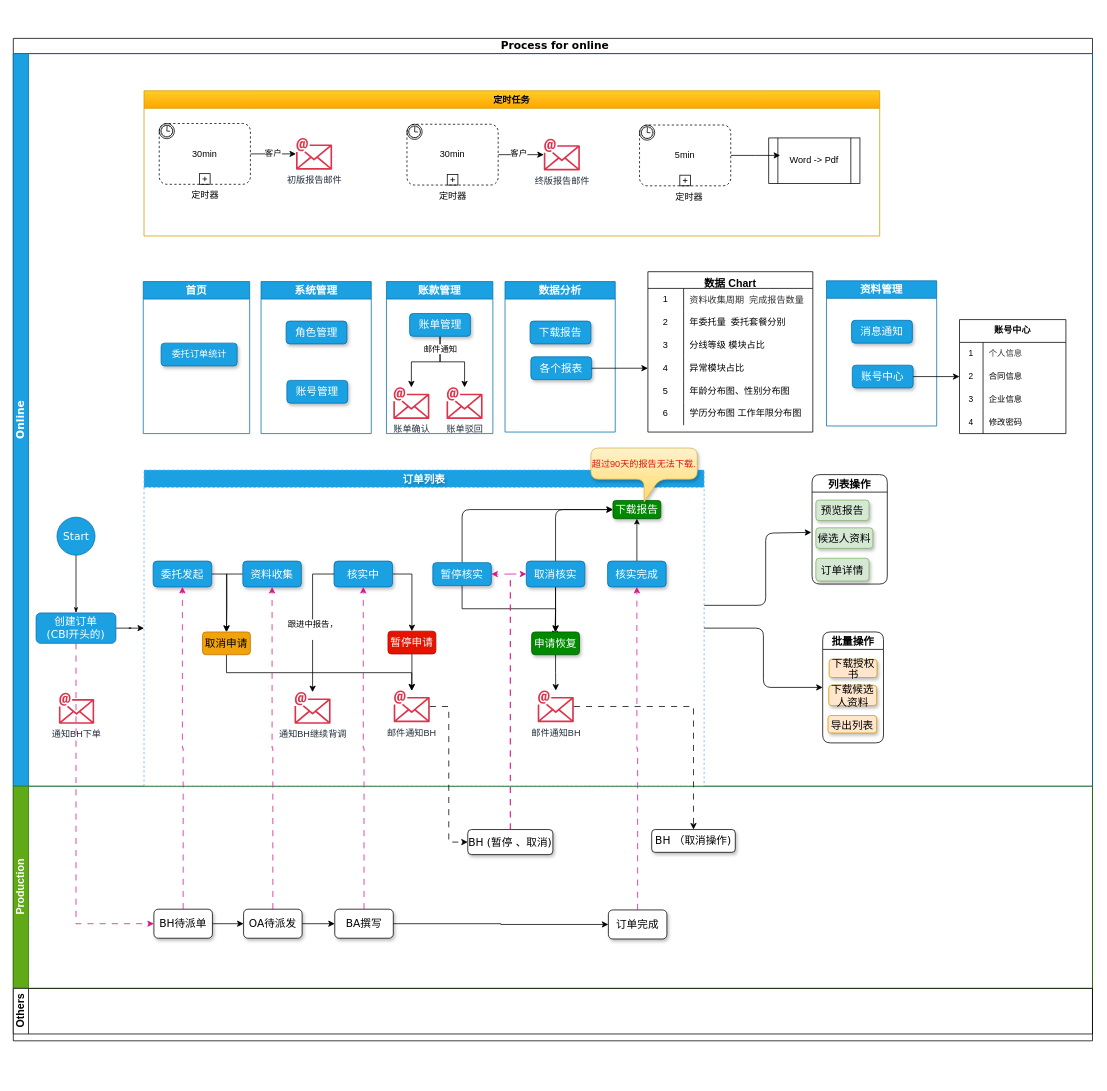
The draw.io diagram 3.drawio in romon-liangbo/draw, before the edit. Source tidied: cells renumbered, new cells numbered last; positions are measured from the earlier drawing's top-left corner, leaving out a move shared by most shapes. Both pictures are drawn from the tidied source at 76%, with x=0, y=0 at pixel (13, 38).
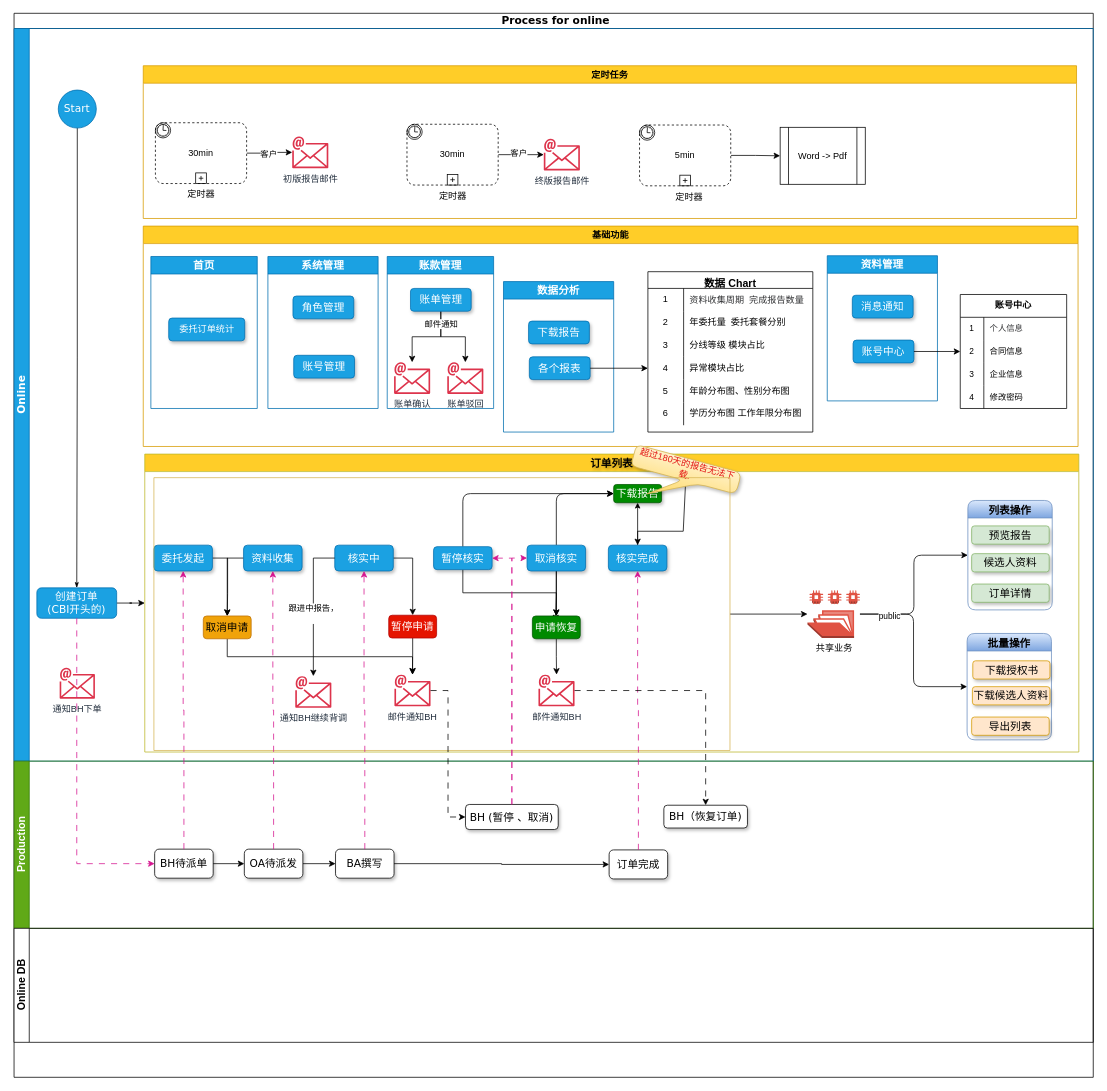
The same diagram, later.

Unchanged cells that the change refers to:
```xml
<mxCell id="3" value="&lt;font face=&quot;Verdana&quot; style=&quot;font-size: 14px;&quot;&gt;&lt;b style=&quot;font-size: 14px;&quot;&gt;Online&lt;/b&gt;&lt;/font&gt;" style="swimlane;html=1;startSize=20;horizontal=0;fontSize=14;fontStyle=0;fillColor=#1ba1e2;strokeColor=#006EAF;fontColor=#ffffff;fillStyle=auto;rounded=0;whiteSpace=wrap;" parent="2" vertex="1">
  <mxGeometry y="20" width="1420" height="964" as="geometry" />
</mxCell>
<mxCell id="58" value="核实完成" style="rounded=1;whiteSpace=wrap;html=1;shadow=1;labelBackgroundColor=none;strokeWidth=1;fontFamily=Verdana;fontSize=14;align=center;fillColor=#1ba1e2;fontColor=#ffffff;strokeColor=#006EAF;" parent="43" vertex="1">
  <mxGeometry x="610" y="119.8" width="77" height="34" as="geometry" />
</mxCell>
<mxCell id="133" value="5min" style="points=[[0.25,0,0],[0.5,0,0],[0.75,0,0],[1,0.25,0],[1,0.5,0],[1,0.75,0],[0.75,1,0],[0.5,1,0],[0.25,1,0],[0,0.75,0],[0,0.5,0],[0,0.25,0]];shape=mxgraph.bpmn.task;whiteSpace=wrap;rectStyle=rounded;size=10;html=1;taskMarker=abstract;bpmnShapeType=subprocess;isLoopSub=1;outline=eventInt;symbol=timer;" parent="1" vertex="1">
  <mxGeometry x="824" y="114" width="120" height="80" as="geometry" />
</mxCell>
```

Diff of the diagram source:
```diff
@@
-    <mxCell id="2" value="&amp;nbsp;Process for online" style="swimlane;html=1;horizontal=1;startSize=20;rounded=0;shadow=0;labelBackgroundColor=default;strokeWidth=1;fontFamily=Verdana;fontSize=14;align=center;arcSize=17;" parent="1" vertex="1">
-      <mxGeometry width="1420" height="1319" as="geometry" />
+    <mxCell id="2" value="&amp;nbsp;Process for online" style="swimlane;html=1;horizontal=1;startSize=20;rounded=0;shadow=0;labelBackgroundColor=default;strokeWidth=1;fontFamily=Verdana;fontSize=14;align=center;arcSize=17;swimlaneFillColor=none;" parent="1" vertex="1">
+      <mxGeometry x="1" y="-33" width="1420" height="1400" as="geometry" />
     </mxCell>
@@
-    <mxCell id="4" value="&lt;p style=&quot;line-height: 100%; font-size: 14px;&quot;&gt;列表操作&lt;/p&gt;" style="swimlane;whiteSpace=wrap;html=1;rounded=1;shadow=0;fontSize=14;" parent="3" vertex="1">
-      <mxGeometry x="1051" y="554" width="99" height="144" as="geometry" />
-    </mxCell>
-    <mxCell id="5" value="&lt;p style=&quot;line-height: 110%; font-size: 14px;&quot;&gt;预览报告&lt;/p&gt;" style="rounded=1;whiteSpace=wrap;html=1;shadow=1;labelBackgroundColor=none;strokeWidth=1;fontFamily=Verdana;fontSize=14;align=center;fillColor=#d5e8d4;strokeColor=#82b366;" parent="4" vertex="1">
-      <mxGeometry x="5" y="33.5" width="70" height="27" as="geometry" />
-    </mxCell>
-    <mxCell id="6" value="候选人资料" style="rounded=1;whiteSpace=wrap;html=1;shadow=1;labelBackgroundColor=none;strokeWidth=1;fontFamily=Verdana;fontSize=14;align=center;fillColor=#d5e8d4;strokeColor=#82b366;" parent="4" vertex="1">
-      <mxGeometry x="5" y="70" width="75" height="27" as="geometry" />
-    </mxCell>
-    <mxCell id="7" value="&lt;p style=&quot;line-height: 100%; font-size: 14px;&quot;&gt;订单详情&lt;/p&gt;" style="rounded=1;whiteSpace=wrap;html=1;shadow=1;labelBackgroundColor=none;strokeWidth=1;fontFamily=Verdana;fontSize=14;align=center;fillColor=#d5e8d4;strokeColor=#82b366;" parent="4" vertex="1">
-      <mxGeometry x="5" y="110" width="70" height="30" as="geometry" />
-    </mxCell>
+    <mxCell id="78" value="定时任务" style="swimlane;whiteSpace=wrap;html=1;fillColor=#ffcd28;strokeColor=#d79b00;gradientColor=none;swimlaneFillColor=default;" parent="3" vertex="1">
+      <mxGeometry x="170" y="49" width="1228" height="201" as="geometry" />
+    </mxCell>
+    <mxCell id="77" value="Word -&amp;gt; Pdf" style="shape=process;whiteSpace=wrap;html=1;backgroundOutline=1;" parent="78" vertex="1">
+      <mxGeometry x="838" y="81" width="112" height="75" as="geometry" />
+    </mxCell>
+    <mxCell id="135" value="基础功能" style="swimlane;whiteSpace=wrap;html=1;fillColor=#ffcd28;strokeColor=#d79b00;swimlaneFillColor=default;gradientColor=none;" parent="3" vertex="1">
+      <mxGeometry x="170" y="260" width="1230" height="290" as="geometry" />
+    </mxCell>
@@
     <mxCell id="9" value="&lt;font style=&quot;font-size: 14px;&quot;&gt;Start&lt;/font&gt;" style="ellipse;whiteSpace=wrap;html=1;rounded=0;shadow=0;labelBackgroundColor=none;strokeWidth=1;fontFamily=Verdana;fontSize=14;align=center;fillColor=#1ba1e2;fontColor=#ffffff;strokeColor=#006EAF;" parent="3" vertex="1">
-      <mxGeometry x="57.5" y="610" width="50" height="50" as="geometry" />
+      <mxGeometry x="58.2" y="81" width="50" height="50" as="geometry" />
     </mxCell>
@@
-    <mxCell id="12" style="edgeStyle=orthogonalEdgeStyle;rounded=1;jettySize=auto;html=1;curved=0;" parent="3" edge="1" source="43">
-      <mxGeometry relative="1" as="geometry">
-        <mxPoint x="1050" y="630" as="targetPoint" />
-        <Array as="points">
-          <mxPoint x="990" y="726" />
-          <mxPoint x="990" y="631" />
-        </Array>
-      </mxGeometry>
-    </mxCell>
     <mxCell id="13" value="系统管理" style="swimlane;whiteSpace=wrap;html=1;fontSize=14;direction=east;fillColor=#1ba1e2;fontColor=#ffffff;strokeColor=#006EAF;" parent="3" vertex="1">
-      <mxGeometry x="326" y="300" width="145" height="200" as="geometry" />
+      <mxGeometry x="334" y="300" width="145" height="200" as="geometry" />
     </mxCell>
@@
     <mxCell id="40" value="首页" style="swimlane;whiteSpace=wrap;html=1;startSize=23;fontSize=14;direction=east;fillColor=#1ba1e2;fontColor=#ffffff;strokeColor=#006EAF;" parent="3" vertex="1">
-      <mxGeometry x="171" y="300" width="140" height="200" as="geometry" />
+      <mxGeometry x="180" y="300" width="140" height="200" as="geometry" />
     </mxCell>
@@
+    <mxCell id="72" style="edgeStyle=orthogonalEdgeStyle;rounded=0;jettySize=auto;html=1;" parent="3" edge="1" source="74" target="75">
+      <mxGeometry relative="1" as="geometry" />
+    </mxCell>
+    <mxCell id="73" value="客户" style="edgeLabel;html=1;align=center;verticalAlign=middle;" parent="72" vertex="1">
+      <mxGeometry x="-0.03" y="2" relative="1" as="geometry" />
+    </mxCell>
+    <mxCell id="74" value="30min" style="points=[[0.25,0,0],[0.5,0,0],[0.75,0,0],[1,0.25,0],[1,0.5,0],[1,0.75,0],[0.75,1,0],[0.5,1,0],[0.25,1,0],[0,0.75,0],[0,0.5,0],[0,0.25,0]];shape=mxgraph.bpmn.task;whiteSpace=wrap;rectStyle=rounded;size=10;html=1;taskMarker=abstract;bpmnShapeType=subprocess;isLoopSub=1;outline=eventInt;symbol=timer;" parent="3" vertex="1">
+      <mxGeometry x="186" y="124" width="120" height="80" as="geometry" />
+    </mxCell>
+    <mxCell id="75" value="初版报告邮件" style="sketch=0;outlineConnect=0;fontColor=#232F3E;gradientColor=none;fillColor=#DD344C;strokeColor=none;dashed=0;verticalLabelPosition=bottom;verticalAlign=top;align=center;html=1;fontSize=12;fontStyle=0;shape=mxgraph.aws4.email;" parent="3" vertex="1">
+      <mxGeometry x="366" y="142" width="47.5" height="42" as="geometry" />
+    </mxCell>
+    <mxCell id="76" value="定时器" style="text;html=1;align=center;verticalAlign=middle;strokeColor=none;fillColor=none;" parent="3" vertex="1">
+      <mxGeometry x="216" y="203" width="60" height="30" as="geometry" />
+    </mxCell>
-    <mxCell id="43" value="订单列表" style="swimlane;whiteSpace=wrap;fillColor=#1ba1e2;strokeColor=#66B2FF;fontColor=#ffffff;labelBackgroundColor=none;textShadow=1;html=1;perimeterSpacing=0;fontSize=14;swimlaneFillColor=default;dashed=1;" parent="3" vertex="1">
-      <mxGeometry x="172" y="548" width="737" height="416" as="geometry" />
+    <mxCell id="43" value="订单列表" style="swimlane;whiteSpace=wrap;fillColor=#ffcd28;strokeColor=#bcb729;labelBackgroundColor=none;textShadow=1;html=1;perimeterSpacing=0;fontSize=14;swimlaneFillColor=default;gradientColor=none;" parent="3" vertex="1">
+      <mxGeometry x="172" y="560" width="1229" height="392" as="geometry" />
     </mxCell>
@@
+    <mxCell id="136" style="edgeStyle=orthogonalEdgeStyle;rounded=0;jettySize=auto;html=1;" parent="43" edge="1" source="71" target="58">
+      <mxGeometry relative="1" as="geometry" />
+    </mxCell>
-    <mxCell id="71" value="&lt;div&gt;&lt;span style=&quot;background-color: initial; font-family: T-ZjhdE6i0WzmJyN6e5a; color: rgb(226, 18, 18); text-align: justify;&quot;&gt;超过90天的报告无法下载.&lt;/span&gt;&lt;br&gt;&lt;/div&gt;" style="shape=callout;whiteSpace=wrap;html=1;perimeter=calloutPerimeter;fillColor=#fff2cc;gradientColor=#ffd966;strokeColor=#d6b656;rounded=1;shadow=1;" parent="3" vertex="1">
-      <mxGeometry x="760" y="519" width="140" height="71" as="geometry" />
+    <mxCell id="71" value="&lt;div&gt;&lt;span style=&quot;background-color: initial; font-family: T-ZjhdE6i0WzmJyN6e5a; color: rgb(226, 18, 18); text-align: justify;&quot;&gt;超过180天的报告无法下载.&lt;/span&gt;&lt;br&gt;&lt;/div&gt;" style="shape=callout;whiteSpace=wrap;html=1;perimeter=calloutPerimeter;fillColor=#fff2cc;gradientColor=#ffd966;strokeColor=#d6b656;rounded=1;shadow=1;rotation=15;position2=0.21;" parent="43" vertex="1">
+      <mxGeometry x="637" y="5" width="143" height="59" as="geometry" />
     </mxCell>
-    <mxCell id="72" style="edgeStyle=orthogonalEdgeStyle;rounded=0;jettySize=auto;html=1;" parent="3" edge="1" source="74" target="75">
-      <mxGeometry relative="1" as="geometry" />
-    </mxCell>
-    <mxCell id="73" value="客户" style="edgeLabel;html=1;align=center;verticalAlign=middle;" parent="72" vertex="1">
-      <mxGeometry x="-0.03" y="2" relative="1" as="geometry" />
-    </mxCell>
-    <mxCell id="74" value="30min" style="points=[[0.25,0,0],[0.5,0,0],[0.75,0,0],[1,0.25,0],[1,0.5,0],[1,0.75,0],[0.75,1,0],[0.5,1,0],[0.25,1,0],[0,0.75,0],[0,0.5,0],[0,0.25,0]];shape=mxgraph.bpmn.task;whiteSpace=wrap;rectStyle=rounded;size=10;html=1;taskMarker=abstract;bpmnShapeType=subprocess;isLoopSub=1;outline=eventInt;symbol=timer;" parent="3" vertex="1">
-      <mxGeometry x="192" y="92" width="120" height="80" as="geometry" />
-    </mxCell>
-    <mxCell id="75" value="初版报告邮件" style="sketch=0;outlineConnect=0;fontColor=#232F3E;gradientColor=none;fillColor=#DD344C;strokeColor=none;dashed=0;verticalLabelPosition=bottom;verticalAlign=top;align=center;html=1;fontSize=12;fontStyle=0;shape=mxgraph.aws4.email;" parent="3" vertex="1">
-      <mxGeometry x="372" y="111" width="47.5" height="42" as="geometry" />
-    </mxCell>
-    <mxCell id="76" value="定时器" style="text;html=1;align=center;verticalAlign=middle;strokeColor=none;fillColor=none;" parent="3" vertex="1">
-      <mxGeometry x="222" y="172" width="60" height="30" as="geometry" />
-    </mxCell>
-    <mxCell id="77" value="Word -&amp;gt; Pdf" style="shape=process;whiteSpace=wrap;html=1;backgroundOutline=1;" parent="3" vertex="1">
-      <mxGeometry x="994" y="111" width="120" height="60" as="geometry" />
-    </mxCell>
-    <mxCell id="78" value="定时任务" style="swimlane;whiteSpace=wrap;html=1;fillColor=#ffcd28;strokeColor=#d79b00;gradientColor=#ffa500;" parent="3" vertex="1">
-      <mxGeometry x="172" y="49" width="968" height="191" as="geometry" />
-    </mxCell>
+    <mxCell id="137" value="共享业务" style="outlineConnect=0;dashed=0;verticalLabelPosition=bottom;verticalAlign=top;align=center;html=1;shape=mxgraph.aws3.efs_share;fillColor=#E05243;gradientColor=none;" parent="43" vertex="1">
+      <mxGeometry x="872" y="179" width="69" height="63" as="geometry" />
+    </mxCell>
+    <mxCell id="138" style="edgeStyle=orthogonalEdgeStyle;rounded=0;jettySize=auto;html=1;" parent="43" edge="1" source="139" target="137">
+      <mxGeometry relative="1" as="geometry" />
+    </mxCell>
+    <mxCell id="139" style="swimlane;startSize=0;strokeColor=#d6b656;fillColor=#fff2cc;" parent="43" vertex="1">
+      <mxGeometry x="12" y="31" width="758" height="359" as="geometry" />
+    </mxCell>
     <mxCell id="79" value="&lt;font style=&quot;font-size: 14px;&quot;&gt;Production&lt;/font&gt;" style="swimlane;html=1;startSize=20;horizontal=0;fontSize=14;fillColor=#60a917;fontColor=#ffffff;strokeColor=#2D7600;" parent="2" vertex="1">
-      <mxGeometry y="984" width="1420" height="266" as="geometry" />
+      <mxGeometry y="984" width="1420" height="220" as="geometry" />
     </mxCell>
     <mxCell id="80" value="订单完成" style="rounded=1;whiteSpace=wrap;html=1;shadow=1;labelBackgroundColor=none;strokeWidth=1;fontFamily=Verdana;fontSize=14;align=center;" parent="79" vertex="1">
-      <mxGeometry x="783" y="162.8" width="77" height="38.2" as="geometry" />
+      <mxGeometry x="783" y="116.8" width="77" height="38.2" as="geometry" />
     </mxCell>
     <mxCell id="81" value="BH待派单" style="rounded=1;whiteSpace=wrap;html=1;shadow=1;labelBackgroundColor=none;strokeWidth=1;fontFamily=Verdana;fontSize=14;align=center;" parent="79" vertex="1">
-      <mxGeometry x="185" y="161.8" width="77" height="38.2" as="geometry" />
+      <mxGeometry x="185" y="115.8" width="77" height="38.2" as="geometry" />
     </mxCell>
     <mxCell id="82" value="BH (暂停 、取消)" style="rounded=1;whiteSpace=wrap;html=1;shadow=1;labelBackgroundColor=none;strokeWidth=1;fontFamily=Verdana;fontSize=14;align=center;" parent="79" vertex="1">
-      <mxGeometry x="598" y="57" width="112" height="33" as="geometry" />
+      <mxGeometry x="594" y="57" width="122" height="33" as="geometry" />
     </mxCell>
-    <mxCell id="83" value="BH （取消操作)" style="rounded=1;whiteSpace=wrap;html=1;shadow=1;labelBackgroundColor=none;strokeWidth=1;fontFamily=Verdana;fontSize=14;align=center;" parent="79" vertex="1">
-      <mxGeometry x="840" y="57" width="110" height="30" as="geometry" />
+    <mxCell id="83" value="BH（恢复订单)" style="rounded=1;whiteSpace=wrap;html=1;shadow=1;labelBackgroundColor=none;strokeWidth=1;fontFamily=Verdana;fontSize=14;align=center;" parent="79" vertex="1">
+      <mxGeometry x="855" y="58" width="110" height="30" as="geometry" />
     </mxCell>
-    <mxCell id="84" value="Others" style="swimlane;html=1;startSize=20;horizontal=0;fontSize=14;" parent="2" vertex="1">
-      <mxGeometry y="1250" width="1420" height="60" as="geometry" />
+    <mxCell id="84" value="Online DB" style="swimlane;html=1;startSize=20;horizontal=0;fontSize=14;" parent="2" vertex="1">
+      <mxGeometry y="1204" width="1420" height="150" as="geometry" />
     </mxCell>
@@
-    <mxCell id="99" value="&lt;p style=&quot;line-height: 100%; font-size: 14px;&quot;&gt;批量操作&lt;/p&gt;" style="swimlane;whiteSpace=wrap;html=1;startSize=23;rounded=1;shadow=0;fontSize=14;" parent="1" vertex="1">
-      <mxGeometry x="1065" y="781" width="80" height="146" as="geometry" />
+    <mxCell id="99" value="&lt;p style=&quot;line-height: 100%; font-size: 14px;&quot;&gt;批量操作&lt;/p&gt;" style="swimlane;whiteSpace=wrap;html=1;startSize=23;rounded=1;shadow=0;fontSize=14;fillColor=#dae8fc;gradientColor=#7ea6e0;strokeColor=#6c8ebf;" parent="1" vertex="1">
+      <mxGeometry x="1255" y="783" width="111" height="140" as="geometry" />
     </mxCell>
     <mxCell id="100" value="下载候选人资料" style="rounded=1;whiteSpace=wrap;html=1;shadow=1;labelBackgroundColor=none;strokeWidth=1;fontFamily=Verdana;fontSize=14;align=center;fillColor=#ffe6cc;strokeColor=#d79b00;" parent="99" vertex="1">
-      <mxGeometry x="8" y="70" width="63" height="27" as="geometry" />
+      <mxGeometry x="7" y="70" width="102" height="24" as="geometry" />
     </mxCell>
     <mxCell id="101" value="&lt;p style=&quot;line-height: 100%; font-size: 14px;&quot;&gt;导出列表&lt;/p&gt;" style="rounded=1;whiteSpace=wrap;html=1;shadow=1;labelBackgroundColor=none;strokeWidth=1;fontFamily=Verdana;fontSize=14;align=center;fillColor=#ffe6cc;strokeColor=#d79b00;" parent="99" vertex="1">
-      <mxGeometry x="7" y="110" width="64" height="23" as="geometry" />
+      <mxGeometry x="6" y="110" width="102" height="24" as="geometry" />
     </mxCell>
     <mxCell id="102" value="&lt;p style=&quot;line-height: 100%; font-size: 14px;&quot;&gt;下载授权书&lt;/p&gt;" style="rounded=1;whiteSpace=wrap;html=1;shadow=1;labelBackgroundColor=none;strokeWidth=1;fontFamily=Verdana;fontSize=14;align=center;fillColor=#ffe6cc;strokeColor=#d79b00;" parent="99" vertex="1">
-      <mxGeometry x="8.5" y="36" width="63" height="24" as="geometry" />
+      <mxGeometry x="7.5" y="36" width="101.5" height="24" as="geometry" />
     </mxCell>
     <mxCell id="103" value="数据分析" style="swimlane;whiteSpace=wrap;html=1;fontSize=14;fillColor=#1ba1e2;fontColor=#ffffff;strokeColor=#006EAF;" parent="1" vertex="1">
-      <mxGeometry x="647" y="320" width="145" height="198" as="geometry" />
+      <mxGeometry x="645" y="320" width="145" height="198" as="geometry" />
     </mxCell>
@@
-    <mxCell id="126" style="edgeStyle=orthogonalEdgeStyle;rounded=1;jettySize=auto;html=1;entryX=0;entryY=0.5;entryDx=0;entryDy=0;curved=0;" parent="1" edge="1" source="43" target="99">
+    <mxCell id="126" style="edgeStyle=orthogonalEdgeStyle;rounded=1;jettySize=auto;html=1;entryX=0;entryY=0.5;entryDx=0;entryDy=0;curved=0;" parent="1" edge="1" source="137" target="99">
       <mxGeometry relative="1" as="geometry" />
     </mxCell>
@@
-    <mxCell id="132" style="edgeStyle=orthogonalEdgeStyle;rounded=0;jettySize=auto;html=1;" parent="1" edge="1" source="133">
-      <mxGeometry relative="1" as="geometry">
-        <mxPoint x="1009" y="154" as="targetPoint" />
-      </mxGeometry>
+    <mxCell id="132" style="edgeStyle=orthogonalEdgeStyle;rounded=0;jettySize=auto;html=1;" parent="1" edge="1" source="133" target="77">
+      <mxGeometry relative="1" as="geometry" />
     </mxCell>
@@
+    <mxCell id="4" value="&lt;p style=&quot;line-height: 100%; font-size: 14px;&quot;&gt;列表操作&lt;/p&gt;" style="swimlane;whiteSpace=wrap;html=1;rounded=1;shadow=0;fontSize=14;fillColor=#dae8fc;gradientColor=#7ea6e0;strokeColor=#6c8ebf;" parent="1" vertex="1">
+      <mxGeometry x="1256" y="608" width="111" height="144" as="geometry" />
+    </mxCell>
+    <mxCell id="5" value="&lt;p style=&quot;line-height: 110%; font-size: 14px;&quot;&gt;预览报告&lt;/p&gt;" style="rounded=1;whiteSpace=wrap;html=1;shadow=1;labelBackgroundColor=none;strokeWidth=1;fontFamily=Verdana;fontSize=14;align=center;fillColor=#d5e8d4;strokeColor=#82b366;" parent="4" vertex="1">
+      <mxGeometry x="5" y="33.5" width="102" height="24" as="geometry" />
+    </mxCell>
+    <mxCell id="7" value="&lt;p style=&quot;line-height: 100%; font-size: 14px;&quot;&gt;订单详情&lt;/p&gt;" style="rounded=1;whiteSpace=wrap;html=1;shadow=1;labelBackgroundColor=none;strokeWidth=1;fontFamily=Verdana;fontSize=14;align=center;fillColor=#d5e8d4;strokeColor=#82b366;" parent="4" vertex="1">
+      <mxGeometry x="5" y="110" width="102" height="24" as="geometry" />
+    </mxCell>
+    <mxCell id="6" value="候选人资料" style="rounded=1;whiteSpace=wrap;html=1;shadow=1;labelBackgroundColor=none;strokeWidth=1;fontFamily=Verdana;fontSize=14;align=center;fillColor=#d5e8d4;strokeColor=#82b366;" parent="4" vertex="1">
+      <mxGeometry x="5" y="70" width="102" height="24" as="geometry" />
+    </mxCell>
+    <mxCell id="140" style="edgeStyle=orthogonalEdgeStyle;rounded=1;jettySize=auto;html=1;entryX=0;entryY=0.5;entryDx=0;entryDy=0;curved=0;" parent="1" edge="1" source="137" target="4">
+      <mxGeometry relative="1" as="geometry" />
+    </mxCell>
+    <mxCell id="141" value="public" style="edgeLabel;html=1;align=center;verticalAlign=middle;" parent="140" vertex="1">
+      <mxGeometry x="-0.65" y="-1" relative="1" as="geometry">
+        <mxPoint y="1" as="offset" />
+      </mxGeometry>
+    </mxCell>
```
